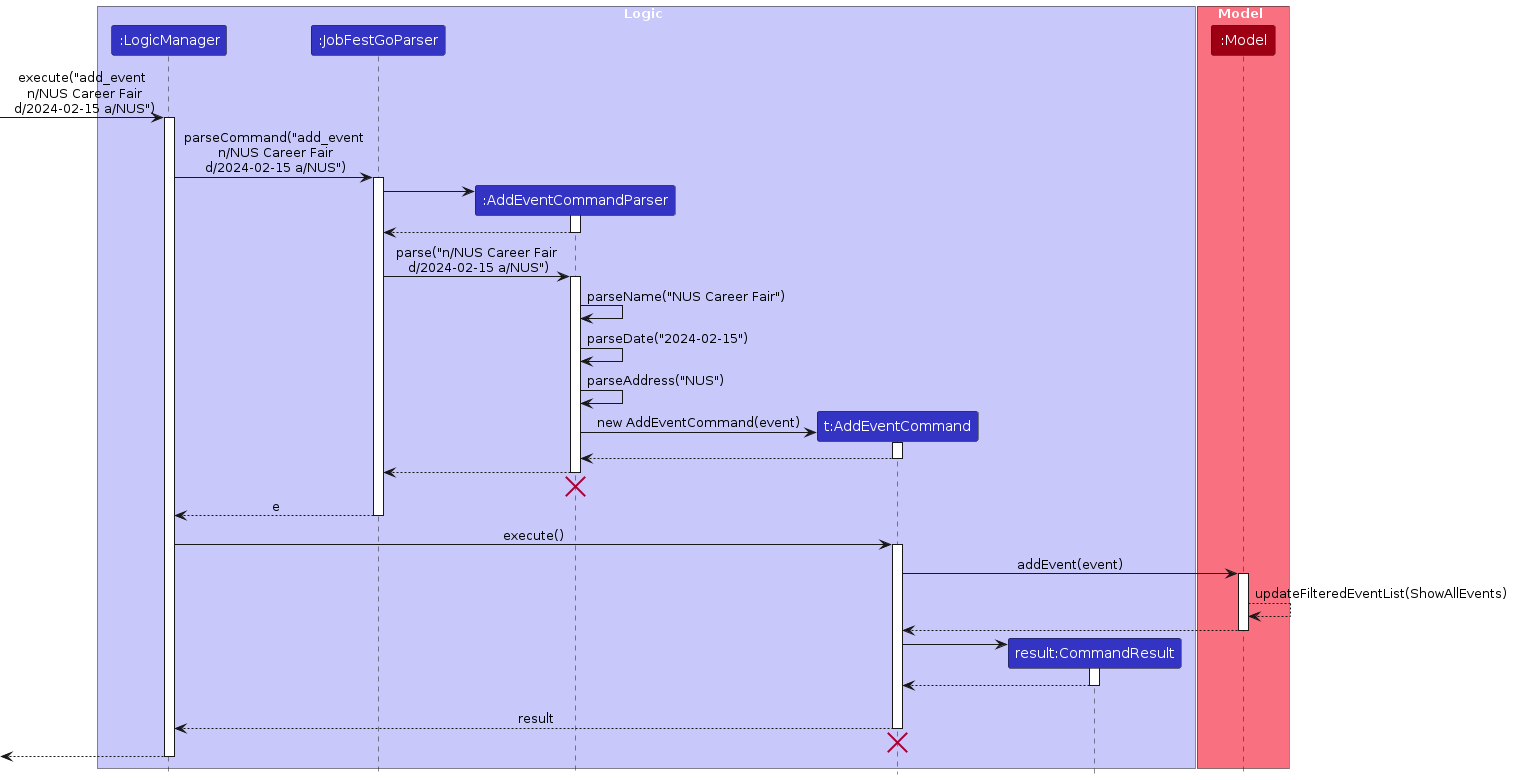
Before: diagrams/AddEventSequenceDiagram.png, a diagram exported from PlantUML (AY2324S1-CS2103T-T09-1/tp). Its source is kept beside it as diagrams/AddEventSequenceDiagram.puml. Source of this version:
```plantuml
@startuml
!include style.puml
skinparam ArrowFontStyle plain

box Logic LOGIC_COLOR_T1
participant ":LogicManager" as LogicManager LOGIC_COLOR
participant ":JobFestGoParser" as JobFestGoParser LOGIC_COLOR
participant ":AddEventCommandParser" as AddEventCommandParser LOGIC_COLOR
participant "t:AddEventCommand" as AddEventCommand LOGIC_COLOR
participant "result:CommandResult" as CommandResult LOGIC_COLOR
end box

box Model MODEL_COLOR_T1
participant ":Model" as Model MODEL_COLOR
end box

[-> LogicManager : execute("add_event\n n/NUS Career Fair\n d/2024-02-15 a/NUS")
activate LogicManager

LogicManager -> JobFestGoParser : parseCommand("add_event\n n/NUS Career Fair\n d/2024-02-15 a/NUS")
activate JobFestGoParser

create AddEventCommandParser
JobFestGoParser -> AddEventCommandParser
activate AddEventCommandParser

AddEventCommandParser --> JobFestGoParser
deactivate AddEventCommandParser

JobFestGoParser -> AddEventCommandParser : parse("n/NUS Career Fair\n d/2024-02-15 a/NUS")
activate AddEventCommandParser

AddEventCommandParser -> AddEventCommandParser : parseName("NUS Career Fair")
AddEventCommandParser -> AddEventCommandParser : parseDate("2024-02-15")
AddEventCommandParser -> AddEventCommandParser : parseAddress("NUS")
create AddEventCommand
AddEventCommandParser -> AddEventCommand : new AddEventCommand(event)
activate AddEventCommand

AddEventCommand --> AddEventCommandParser
deactivate AddEventCommand

AddEventCommandParser --> JobFestGoParser
deactivate AddEventCommandParser
AddEventCommandParser -[hidden]-> JobFestGoParser
destroy AddEventCommandParser

JobFestGoParser --> LogicManager : e
deactivate JobFestGoParser

LogicManager -> AddEventCommand : execute()
activate AddEventCommand

AddEventCommand -> Model : addEvent(event)
activate Model

Model --> Model : updateFilteredEventList(ShowAllEvents)

Model --> AddEventCommand
deactivate Model

create CommandResult
AddEventCommand -> CommandResult
activate CommandResult

CommandResult --> AddEventCommand
deactivate CommandResult
CommandResult -[hidden]-> AddEventCommand

AddEventCommand --> LogicManager : result
deactivate AddEventCommand
AddEventCommand -[hidden]-> LogicManager
destroy AddEventCommand

[<--LogicManager
deactivate LogicManager
@enduml
```
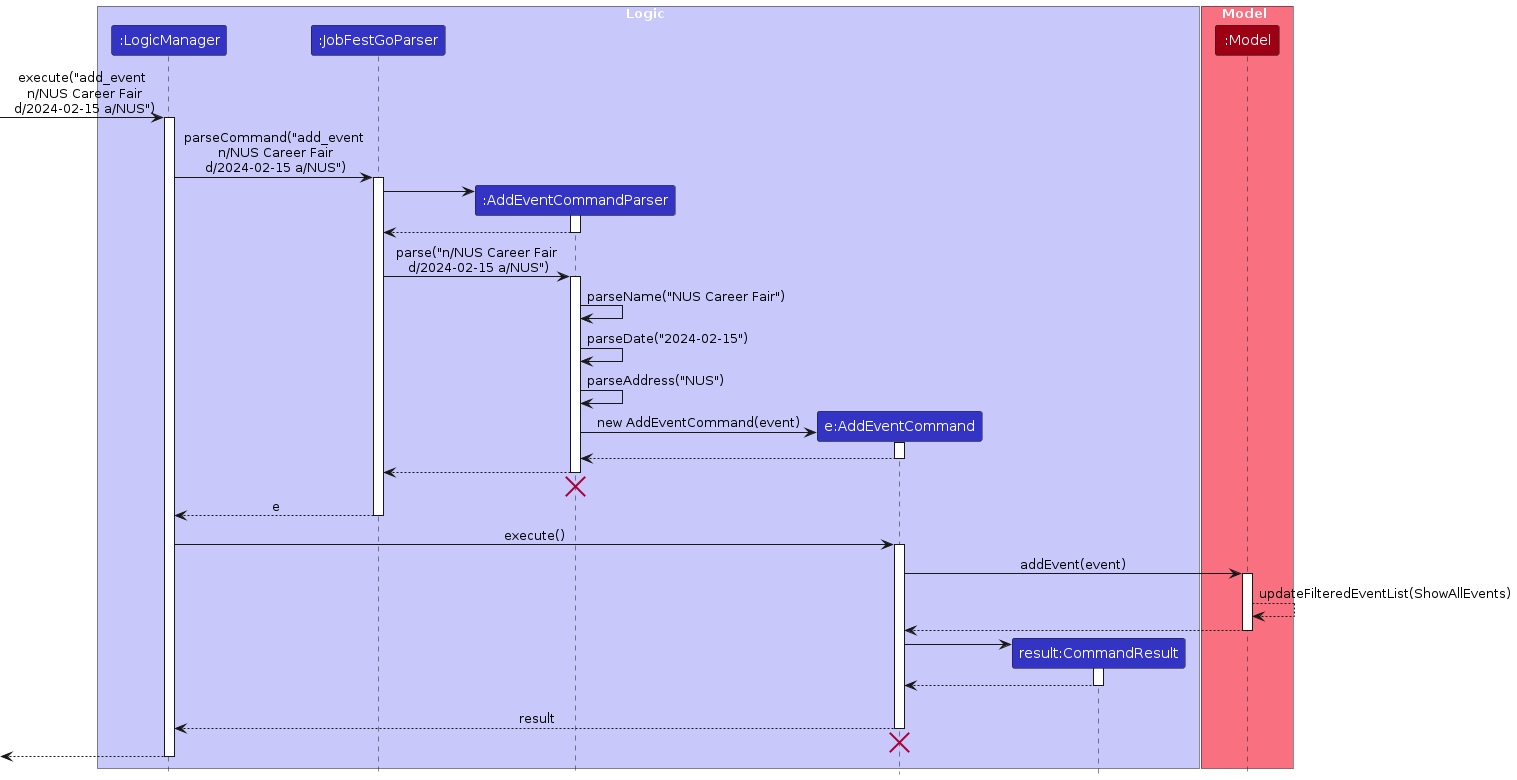
The same file after the commit.

Diff of the diagram source:
```diff
@@ -6,7 +6,7 @@
 participant ":LogicManager" as LogicManager LOGIC_COLOR
 participant ":JobFestGoParser" as JobFestGoParser LOGIC_COLOR
 participant ":AddEventCommandParser" as AddEventCommandParser LOGIC_COLOR
-participant "t:AddEventCommand" as AddEventCommand LOGIC_COLOR
+participant "e:AddEventCommand" as AddEventCommand LOGIC_COLOR
 participant "result:CommandResult" as CommandResult LOGIC_COLOR
 end box
 
```
